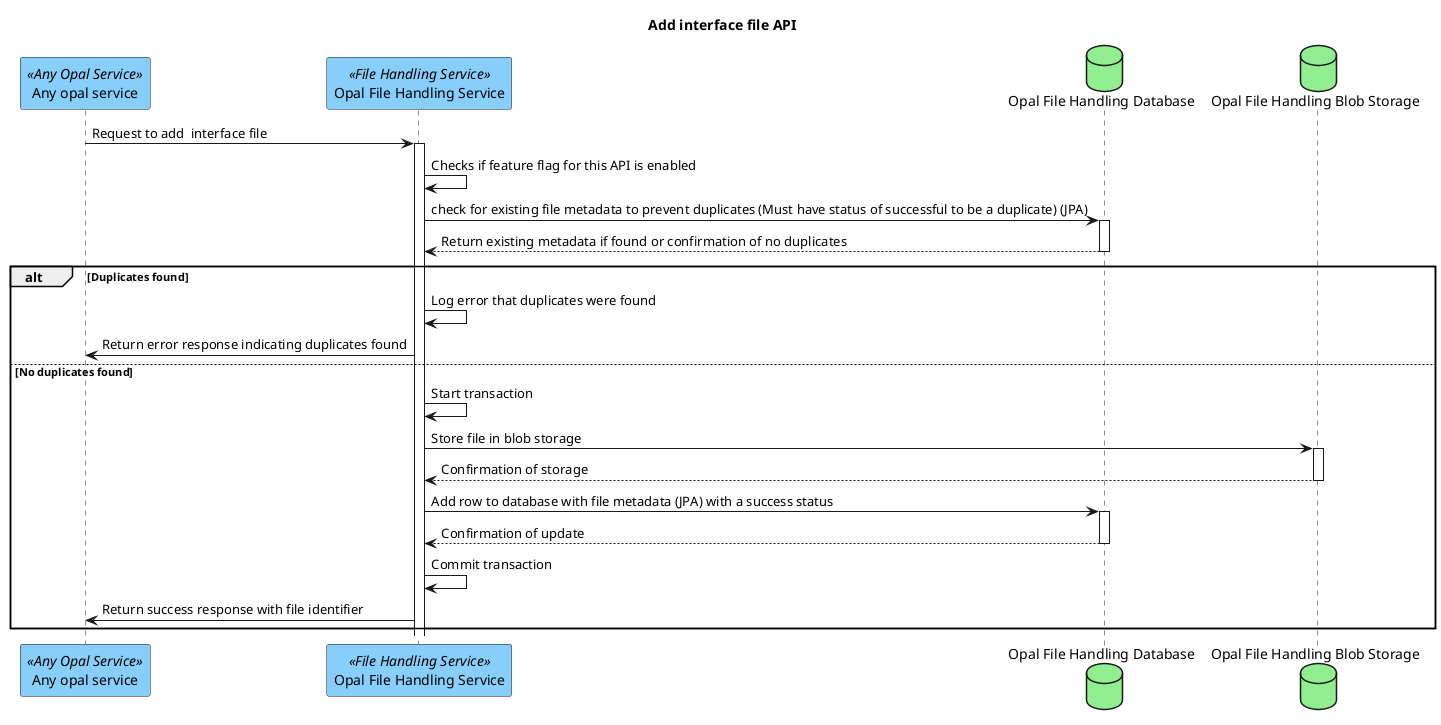
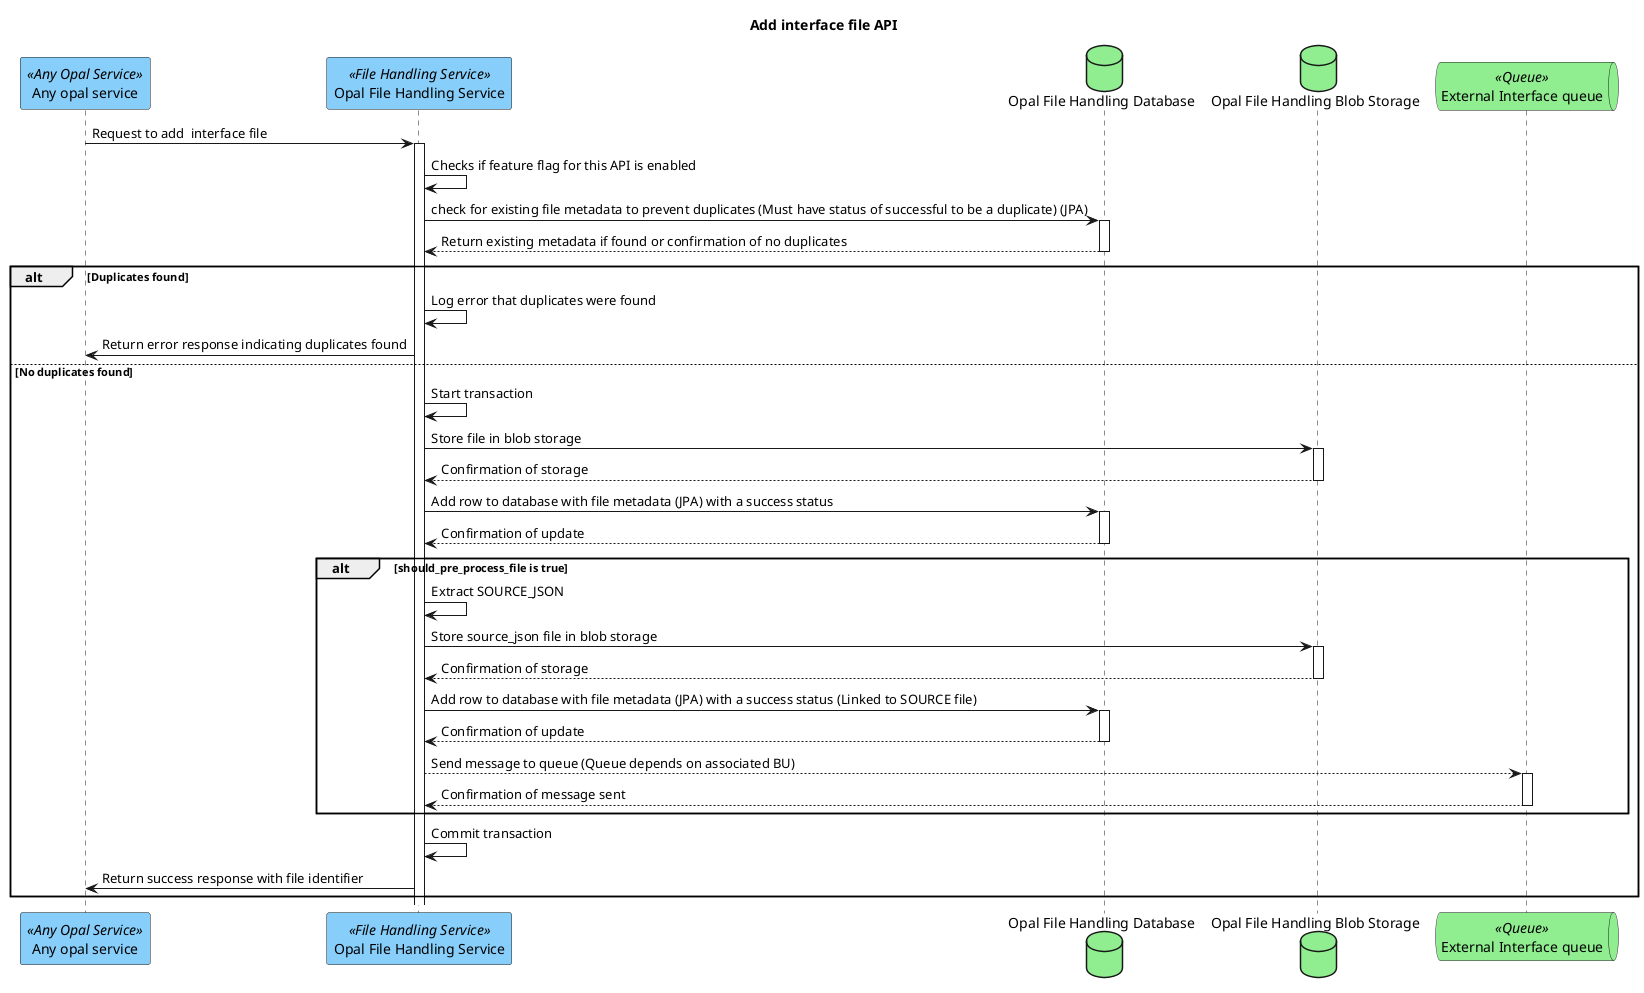
@startuml
title Add interface file API
participant "Any opal service" as anyOpalService <<Any Opal Service>> #LightSkyBlue

participant "Opal File Handling Service" as fileHandlingService <<File Handling Service>> #LightSkyBlue
database "Opal File Handling Database" as fileHandlingDb #LightGreen
database "Opal File Handling Blob Storage" as fileHandlingBlobStorage #LightGreen
+ queue "External Interface queue" as externalInterfaceQueue <<Queue>> #lightgreen

anyOpalService -> fileHandlingService ++ : Request to add  interface file
fileHandlingService -> fileHandlingService : Checks if feature flag for this API is enabled
fileHandlingService -> fileHandlingDb ++ : check for existing file metadata to prevent duplicates (Must have status of successful to be a duplicate) (JPA)
fileHandlingDb --> fileHandlingService -- : Return existing metadata if found or confirmation of no duplicates
alt Duplicates found
-              fileHandlingService -> fileHandlingService : Log error that duplicates were found
-              fileHandlingService -> anyOpalService : Return error response indicating duplicates found
+     fileHandlingService -> fileHandlingService : Log error that duplicates were found
+     fileHandlingService -> anyOpalService : Return error response indicating duplicates found
else No duplicates found
-              fileHandlingService -> fileHandlingService : Start transaction
-                 fileHandlingService -> fileHandlingBlobStorage ++ : Store file in blob storage
-                 fileHandlingBlobStorage --> fileHandlingService -- : Confirmation of storage
-                 fileHandlingService -> fileHandlingDb ++ : Add row to database with file metadata (JPA) with a success status
-                 fileHandlingDb --> fileHandlingService -- : Confirmation of update
-                 fileHandlingService -> fileHandlingService : Commit transaction
-                 fileHandlingService -> anyOpalService : Return success response with file identifier
+     fileHandlingService -> fileHandlingService : Start transaction
+ 
+     fileHandlingService -> fileHandlingBlobStorage ++ : Store file in blob storage
+     fileHandlingBlobStorage --> fileHandlingService -- : Confirmation of storage
+     fileHandlingService -> fileHandlingDb ++ : Add row to database with file metadata (JPA) with a success status
+     fileHandlingDb --> fileHandlingService -- : Confirmation of update
+     alt should_pre_process_file is true
+         fileHandlingService -> fileHandlingService : Extract SOURCE_JSON
+         fileHandlingService -> fileHandlingBlobStorage ++ : Store source_json file in blob storage
+         fileHandlingBlobStorage --> fileHandlingService -- : Confirmation of storage
+         fileHandlingService -> fileHandlingDb ++ : Add row to database with file metadata (JPA) with a success status (Linked to SOURCE file)
+         fileHandlingDb --> fileHandlingService -- : Confirmation of update
+         fileHandlingService --> externalInterfaceQueue ++ : Send message to queue (Queue depends on associated BU)
+         externalInterfaceQueue --> fileHandlingService -- : Confirmation of message sent
+     end
+     fileHandlingService -> fileHandlingService : Commit transaction
+     fileHandlingService -> anyOpalService : Return success response with file identifier
end
@enduml